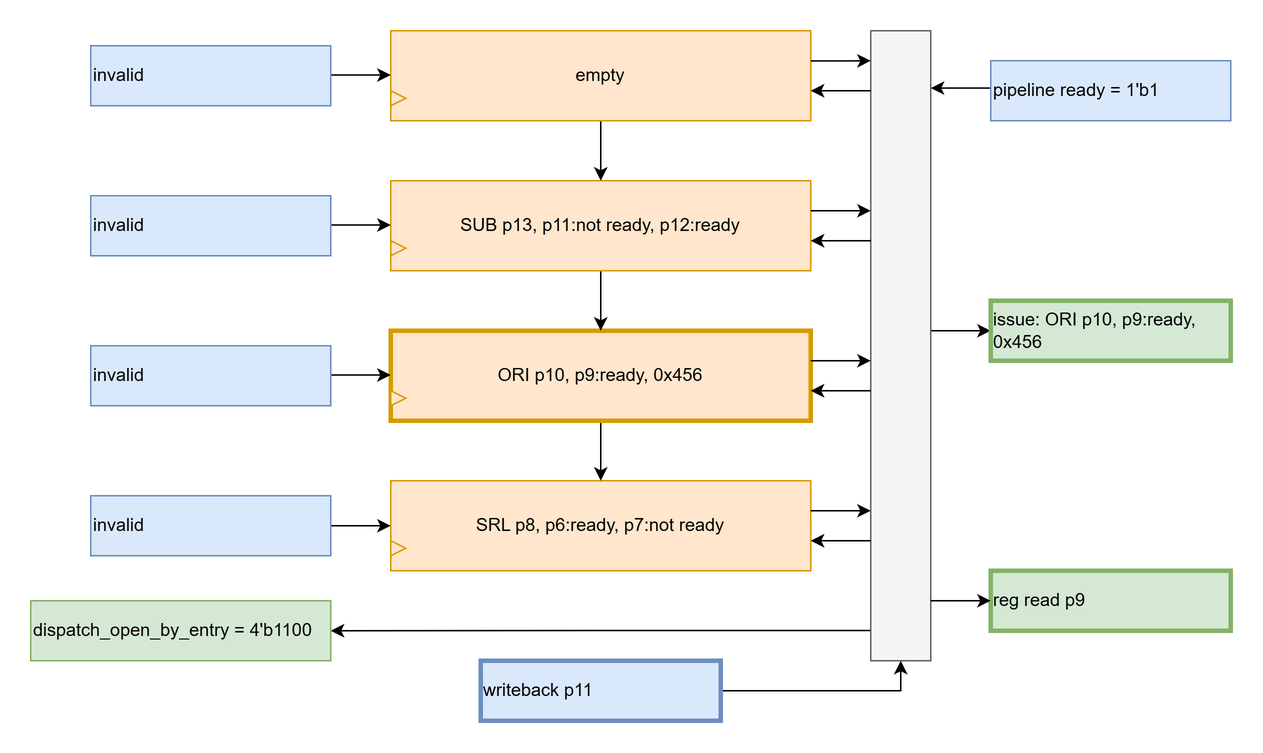
Before: spec/design/alu_iq_cycle_6.png, a diagram exported from draw.io (zlagpacan/LOROF). Source tidied: cells renumbered, new cells last; positions are measured from the earlier drawing's top-left corner, leaving out a move shared by most shapes. The source it was exported from:
```xml
<mxGraphModel>
  <root>
    <mxCell id="0" />
    <mxCell id="1" parent="0" />
    <mxCell id="2" value="&lt;span style=&quot;text-align: left;&quot;&gt;SRL p8, p6:ready, p7:not ready&lt;/span&gt;" style="rounded=0;whiteSpace=wrap;html=1;fillColor=#ffe6cc;strokeColor=#d79b00;strokeWidth=1;" parent="1" vertex="1">
      <mxGeometry x="240" y="300" width="280" height="60" as="geometry" />
    </mxCell>
    <mxCell id="3" style="endArrow=classic;html=1;rounded=0;entryX=0;entryY=0.5;entryDx=0;entryDy=0;" parent="1" edge="1" target="2">
      <mxGeometry relative="1" as="geometry">
        <mxPoint x="200" y="330" as="sourcePoint" />
      </mxGeometry>
    </mxCell>
    <mxCell id="4" style="triangle;whiteSpace=wrap;html=1;fillColor=#ffe6cc;strokeColor=#d79b00;" parent="1" vertex="1">
      <mxGeometry x="240" y="340" width="10" height="10" as="geometry" />
    </mxCell>
    <mxCell id="5" style="edgeStyle=orthogonalEdgeStyle;rounded=0;jettySize=auto;html=1;exitX=0.5;exitY=1;exitDx=0;exitDy=0;entryX=0.5;entryY=0;entryDx=0;entryDy=0;" parent="1" edge="1" source="6" target="2">
      <mxGeometry relative="1" as="geometry" />
    </mxCell>
    <mxCell id="6" value="&lt;span style=&quot;text-align: left;&quot;&gt;ORI p10, p9:ready, 0x456&lt;/span&gt;" style="rounded=0;whiteSpace=wrap;html=1;fillColor=#ffe6cc;strokeColor=#d79b00;strokeWidth=3;" parent="1" vertex="1">
      <mxGeometry x="240" y="200" width="280" height="60" as="geometry" />
    </mxCell>
    <mxCell id="7" style="triangle;whiteSpace=wrap;html=1;fillColor=#ffe6cc;strokeColor=#d79b00;" parent="1" vertex="1">
      <mxGeometry x="240" y="240" width="10" height="10" as="geometry" />
    </mxCell>
    <mxCell id="8" style="edgeStyle=orthogonalEdgeStyle;rounded=0;jettySize=auto;html=1;exitX=0.5;exitY=1;exitDx=0;exitDy=0;entryX=0.5;entryY=0;entryDx=0;entryDy=0;" parent="1" edge="1" source="9" target="6">
      <mxGeometry relative="1" as="geometry" />
    </mxCell>
    <mxCell id="9" value="&lt;span style=&quot;text-align: left;&quot;&gt;SUB p13, p11:not ready, p12:ready&lt;/span&gt;" style="rounded=0;whiteSpace=wrap;html=1;fillColor=#ffe6cc;strokeColor=#d79b00;" parent="1" vertex="1">
      <mxGeometry x="240" y="100" width="280" height="60" as="geometry" />
    </mxCell>
    <mxCell id="10" style="triangle;whiteSpace=wrap;html=1;fillColor=#ffe6cc;strokeColor=#d79b00;" parent="1" vertex="1">
      <mxGeometry x="240" y="140" width="10" height="10" as="geometry" />
    </mxCell>
    <mxCell id="11" style="edgeStyle=orthogonalEdgeStyle;rounded=0;jettySize=auto;html=1;exitX=0.5;exitY=1;exitDx=0;exitDy=0;entryX=0.5;entryY=0;entryDx=0;entryDy=0;" parent="1" edge="1" source="12" target="9">
      <mxGeometry relative="1" as="geometry" />
    </mxCell>
    <mxCell id="12" value="&lt;span style=&quot;text-align: left;&quot;&gt;empty&lt;/span&gt;" style="rounded=0;whiteSpace=wrap;html=1;fillColor=#ffe6cc;strokeColor=#d79b00;" parent="1" vertex="1">
      <mxGeometry x="240" width="280" height="60" as="geometry" />
    </mxCell>
    <mxCell id="13" style="triangle;whiteSpace=wrap;html=1;fillColor=#ffe6cc;strokeColor=#d79b00;" parent="1" vertex="1">
      <mxGeometry x="240" y="40" width="10" height="10" as="geometry" />
    </mxCell>
    <mxCell id="14" style="endArrow=classic;html=1;rounded=0;entryX=0;entryY=0.5;entryDx=0;entryDy=0;" parent="1" edge="1">
      <mxGeometry relative="1" as="geometry">
        <mxPoint x="200" y="229.5" as="sourcePoint" />
        <mxPoint x="240" y="229.5" as="targetPoint" />
      </mxGeometry>
    </mxCell>
    <mxCell id="15" style="endArrow=classic;html=1;rounded=0;entryX=0;entryY=0.5;entryDx=0;entryDy=0;" parent="1" edge="1">
      <mxGeometry relative="1" as="geometry">
        <mxPoint x="200" y="129.5" as="sourcePoint" />
        <mxPoint x="240" y="129.5" as="targetPoint" />
      </mxGeometry>
    </mxCell>
    <mxCell id="16" style="endArrow=classic;html=1;rounded=0;entryX=0;entryY=0.5;entryDx=0;entryDy=0;" parent="1" edge="1">
      <mxGeometry relative="1" as="geometry">
        <mxPoint x="200" y="29.5" as="sourcePoint" />
        <mxPoint x="240" y="29.5" as="targetPoint" />
      </mxGeometry>
    </mxCell>
    <mxCell id="17" style="edgeStyle=orthogonalEdgeStyle;rounded=0;jettySize=auto;html=1;entryX=1;entryY=0.5;entryDx=0;entryDy=0;exitX=0;exitY=0.952;exitDx=0;exitDy=0;exitPerimeter=0;" parent="1" edge="1" source="19" target="31">
      <mxGeometry relative="1" as="geometry" />
    </mxCell>
    <mxCell id="18" style="edgeStyle=orthogonalEdgeStyle;rounded=0;jettySize=auto;html=1;entryX=0;entryY=0.5;entryDx=0;entryDy=0;" parent="1" edge="1" target="34">
      <mxGeometry relative="1" as="geometry">
        <mxPoint x="600" y="200" as="sourcePoint" />
        <Array as="points">
          <mxPoint x="640" y="200" />
          <mxPoint x="640" y="200" />
        </Array>
      </mxGeometry>
    </mxCell>
    <mxCell id="19" style="rounded=0;whiteSpace=wrap;html=1;fillColor=#f5f5f5;fontColor=#333333;strokeColor=#666666;" parent="1" vertex="1">
      <mxGeometry x="560" width="40" height="420" as="geometry" />
    </mxCell>
    <mxCell id="20" style="edgeStyle=orthogonalEdgeStyle;rounded=0;orthogonalLoop=1;jettySize=auto;html=1;exitX=1;exitY=0.5;exitDx=0;exitDy=0;" parent="1" edge="1">
      <mxGeometry relative="1" as="geometry">
        <mxPoint x="520" y="20.1" as="sourcePoint" />
        <mxPoint x="560" y="20" as="targetPoint" />
        <Array as="points">
          <mxPoint x="550" y="20.1" />
          <mxPoint x="550" y="20.1" />
        </Array>
      </mxGeometry>
    </mxCell>
    <mxCell id="21" style="edgeStyle=orthogonalEdgeStyle;rounded=0;orthogonalLoop=1;jettySize=auto;html=1;" parent="1" edge="1">
      <mxGeometry relative="1" as="geometry">
        <mxPoint x="560" y="40" as="sourcePoint" />
        <mxPoint x="520" y="40" as="targetPoint" />
        <Array as="points">
          <mxPoint x="520" y="40" />
          <mxPoint x="520" y="40" />
        </Array>
      </mxGeometry>
    </mxCell>
    <mxCell id="22" style="edgeStyle=orthogonalEdgeStyle;rounded=0;orthogonalLoop=1;jettySize=auto;html=1;exitX=1;exitY=0.5;exitDx=0;exitDy=0;" parent="1" edge="1">
      <mxGeometry relative="1" as="geometry">
        <mxPoint x="520" y="120" as="sourcePoint" />
        <mxPoint x="560" y="120" as="targetPoint" />
        <Array as="points">
          <mxPoint x="550" y="120" />
          <mxPoint x="550" y="120" />
        </Array>
      </mxGeometry>
    </mxCell>
    <mxCell id="23" style="edgeStyle=orthogonalEdgeStyle;rounded=0;orthogonalLoop=1;jettySize=auto;html=1;" parent="1" edge="1">
      <mxGeometry relative="1" as="geometry">
        <mxPoint x="560" y="140" as="sourcePoint" />
        <mxPoint x="520" y="140" as="targetPoint" />
        <Array as="points">
          <mxPoint x="520" y="140" />
          <mxPoint x="520" y="140" />
        </Array>
      </mxGeometry>
    </mxCell>
    <mxCell id="24" style="edgeStyle=orthogonalEdgeStyle;rounded=0;orthogonalLoop=1;jettySize=auto;html=1;" parent="1" edge="1">
      <mxGeometry relative="1" as="geometry">
        <mxPoint x="520" y="220" as="sourcePoint" />
        <mxPoint x="560" y="220" as="targetPoint" />
        <Array as="points">
          <mxPoint x="550" y="219.8" />
          <mxPoint x="550" y="219.8" />
        </Array>
      </mxGeometry>
    </mxCell>
    <mxCell id="25" style="edgeStyle=orthogonalEdgeStyle;rounded=0;orthogonalLoop=1;jettySize=auto;html=1;" parent="1" edge="1">
      <mxGeometry relative="1" as="geometry">
        <mxPoint x="560" y="240" as="sourcePoint" />
        <mxPoint x="520" y="240" as="targetPoint" />
        <Array as="points">
          <mxPoint x="520" y="239.8" />
          <mxPoint x="520" y="239.8" />
        </Array>
      </mxGeometry>
    </mxCell>
    <mxCell id="26" style="edgeStyle=orthogonalEdgeStyle;rounded=0;orthogonalLoop=1;jettySize=auto;html=1;" parent="1" edge="1">
      <mxGeometry relative="1" as="geometry">
        <mxPoint x="520" y="320" as="sourcePoint" />
        <mxPoint x="560" y="320" as="targetPoint" />
        <Array as="points">
          <mxPoint x="550" y="319.7" />
          <mxPoint x="550" y="319.7" />
        </Array>
      </mxGeometry>
    </mxCell>
    <mxCell id="27" style="edgeStyle=orthogonalEdgeStyle;rounded=0;orthogonalLoop=1;jettySize=auto;html=1;" parent="1" edge="1">
      <mxGeometry relative="1" as="geometry">
        <mxPoint x="560" y="340" as="sourcePoint" />
        <mxPoint x="520" y="340" as="targetPoint" />
        <Array as="points">
          <mxPoint x="520" y="339.7" />
          <mxPoint x="520" y="339.7" />
        </Array>
      </mxGeometry>
    </mxCell>
    <mxCell id="28" value="invalid" style="text;html=1;align=left;verticalAlign=middle;whiteSpace=wrap;rounded=0;fillColor=#dae8fc;strokeColor=#6c8ebf;strokeWidth=1;" parent="1" vertex="1">
      <mxGeometry x="40" y="10" width="160" height="40" as="geometry" />
    </mxCell>
    <mxCell id="29" style="edgeStyle=orthogonalEdgeStyle;rounded=0;jettySize=auto;html=1;exitX=0;exitY=0.5;exitDx=0;exitDy=0;entryX=1;entryY=0.091;entryDx=0;entryDy=0;entryPerimeter=0;" parent="1" edge="1" source="30" target="19">
      <mxGeometry relative="1" as="geometry">
        <Array as="points">
          <mxPoint x="640" y="40" />
          <mxPoint x="640" y="40" />
        </Array>
      </mxGeometry>
    </mxCell>
    <mxCell id="30" value="pipeline ready = 1'b1" style="text;html=1;align=left;verticalAlign=middle;whiteSpace=wrap;rounded=0;fillColor=#dae8fc;strokeColor=#6c8ebf;strokeWidth=1;" parent="1" vertex="1">
      <mxGeometry x="640" y="20" width="160" height="40" as="geometry" />
    </mxCell>
    <mxCell id="31" value="&lt;span style=&quot;background-color: initial;&quot;&gt;dispatch_open_by_entry = 4'b1100&lt;/span&gt;" style="text;html=1;align=left;verticalAlign=middle;whiteSpace=wrap;rounded=0;fillColor=#d5e8d4;strokeColor=#82b366;" parent="1" vertex="1">
      <mxGeometry y="380" width="200" height="40" as="geometry" />
    </mxCell>
    <mxCell id="32" style="edgeStyle=orthogonalEdgeStyle;rounded=0;jettySize=auto;html=1;exitX=1;exitY=0.5;exitDx=0;exitDy=0;entryX=0.5;entryY=1;entryDx=0;entryDy=0;" parent="1" edge="1" source="33" target="19">
      <mxGeometry relative="1" as="geometry" />
    </mxCell>
    <mxCell id="33" value="writeback p11" style="text;html=1;align=left;verticalAlign=middle;whiteSpace=wrap;rounded=0;fillColor=#dae8fc;strokeColor=#6c8ebf;strokeWidth=3;" parent="1" vertex="1">
      <mxGeometry x="300" y="420" width="160" height="40" as="geometry" />
    </mxCell>
    <mxCell id="34" value="issue: ORI p10, p9:ready, 0x456" style="text;html=1;align=left;verticalAlign=middle;whiteSpace=wrap;rounded=0;fillColor=#d5e8d4;strokeColor=#82b366;strokeWidth=3;" parent="1" vertex="1">
      <mxGeometry x="640" y="180" width="160" height="40" as="geometry" />
    </mxCell>
    <mxCell id="35" value="reg read p9" style="text;html=1;align=left;verticalAlign=middle;whiteSpace=wrap;rounded=0;fillColor=#d5e8d4;strokeColor=#82b366;strokeWidth=3;" parent="1" vertex="1">
      <mxGeometry x="640" y="360" width="160" height="40" as="geometry" />
    </mxCell>
    <mxCell id="36" style="endArrow=classic;html=1;rounded=0;entryX=0;entryY=0.5;entryDx=0;entryDy=0;" parent="1" edge="1" target="35">
      <mxGeometry relative="1" as="geometry">
        <mxPoint x="600" y="380" as="sourcePoint" />
      </mxGeometry>
    </mxCell>
    <mxCell id="37" value="invalid" style="text;html=1;align=left;verticalAlign=middle;whiteSpace=wrap;rounded=0;fillColor=#dae8fc;strokeColor=#6c8ebf;" parent="1" vertex="1">
      <mxGeometry x="40" y="110" width="160" height="40" as="geometry" />
    </mxCell>
    <mxCell id="38" value="invalid" style="text;html=1;align=left;verticalAlign=middle;whiteSpace=wrap;rounded=0;fillColor=#dae8fc;strokeColor=#6c8ebf;" parent="1" vertex="1">
      <mxGeometry x="40" y="210" width="160" height="40" as="geometry" />
    </mxCell>
    <mxCell id="39" value="invalid" style="text;html=1;align=left;verticalAlign=middle;whiteSpace=wrap;rounded=0;fillColor=#dae8fc;strokeColor=#6c8ebf;" parent="1" vertex="1">
      <mxGeometry x="40" y="310" width="160" height="40" as="geometry" />
    </mxCell>
  </root>
</mxGraphModel>
```
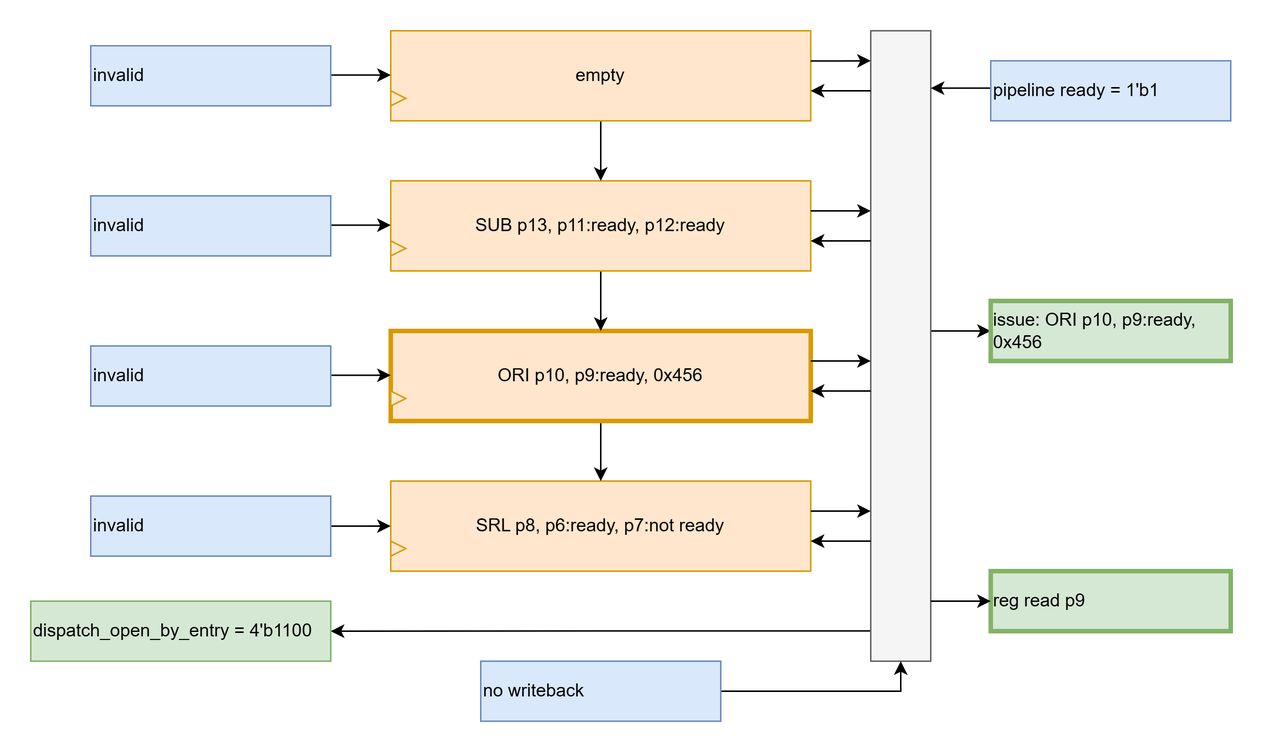
The same file after the commit.

Change to the diagram source:
```diff
@@ -25,7 +25,7 @@
     <mxCell id="8" style="edgeStyle=orthogonalEdgeStyle;rounded=0;jettySize=auto;html=1;exitX=0.5;exitY=1;exitDx=0;exitDy=0;entryX=0.5;entryY=0;entryDx=0;entryDy=0;" parent="1" edge="1" source="9" target="6">
       <mxGeometry relative="1" as="geometry" />
     </mxCell>
-    <mxCell id="9" value="&lt;span style=&quot;text-align: left;&quot;&gt;SUB p13, p11:not ready, p12:ready&lt;/span&gt;" style="rounded=0;whiteSpace=wrap;html=1;fillColor=#ffe6cc;strokeColor=#d79b00;" parent="1" vertex="1">
+    <mxCell id="9" value="&lt;span style=&quot;text-align: left;&quot;&gt;SUB p13, p11:ready, p12:ready&lt;/span&gt;" style="rounded=0;whiteSpace=wrap;html=1;fillColor=#ffe6cc;strokeColor=#d79b00;" parent="1" vertex="1">
       <mxGeometry x="240" y="100" width="280" height="60" as="geometry" />
     </mxCell>
     <mxCell id="10" style="triangle;whiteSpace=wrap;html=1;fillColor=#ffe6cc;strokeColor=#d79b00;" parent="1" vertex="1">
@@ -173,7 +173,7 @@
     <mxCell id="32" style="edgeStyle=orthogonalEdgeStyle;rounded=0;jettySize=auto;html=1;exitX=1;exitY=0.5;exitDx=0;exitDy=0;entryX=0.5;entryY=1;entryDx=0;entryDy=0;" parent="1" edge="1" source="33" target="19">
       <mxGeometry relative="1" as="geometry" />
     </mxCell>
-    <mxCell id="33" value="writeback p11" style="text;html=1;align=left;verticalAlign=middle;whiteSpace=wrap;rounded=0;fillColor=#dae8fc;strokeColor=#6c8ebf;strokeWidth=3;" parent="1" vertex="1">
+    <mxCell id="33" value="no writeback" style="text;html=1;align=left;verticalAlign=middle;whiteSpace=wrap;rounded=0;fillColor=#dae8fc;strokeColor=#6c8ebf;strokeWidth=1;" parent="1" vertex="1">
       <mxGeometry x="300" y="420" width="160" height="40" as="geometry" />
     </mxCell>
     <mxCell id="34" value="issue: ORI p10, p9:ready, 0x456" style="text;html=1;align=left;verticalAlign=middle;whiteSpace=wrap;rounded=0;fillColor=#d5e8d4;strokeColor=#82b366;strokeWidth=3;" parent="1" vertex="1">
```
